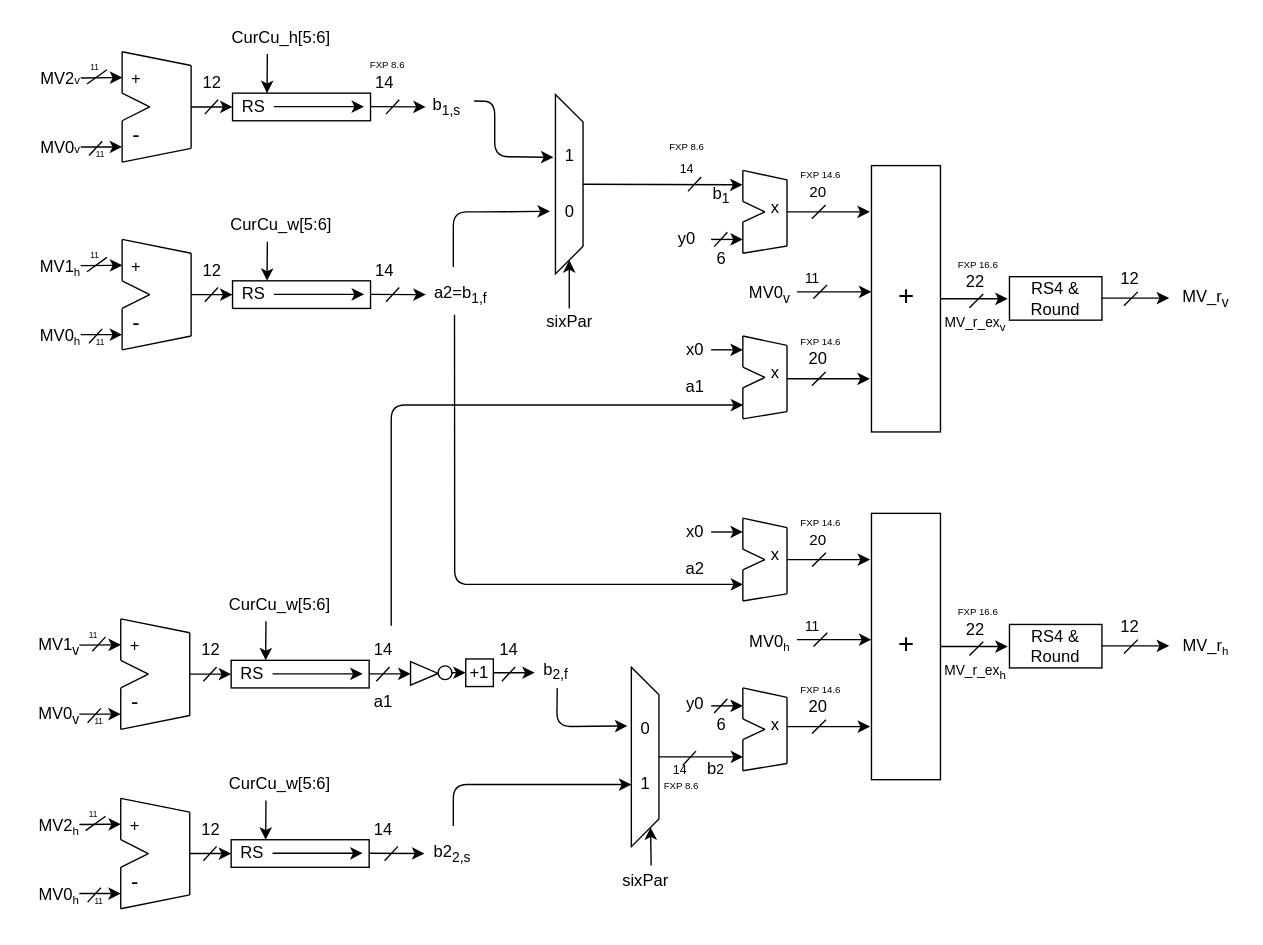
Above: page "Appr. AME - MV_r Calculation and M.E." (6 of 9) of AME-block_diagram.drawio in CostantinoTaranto/AME_Block-Diagram (draw.io), before the change. Source tidied: cells renumbered, new cells numbered last; positions are measured from the earlier drawing's top-left corner, leaving out a move shared by most shapes. Both pictures are drawn from the tidied source at 138%, with x=0, y=0 at pixel (23, 23).
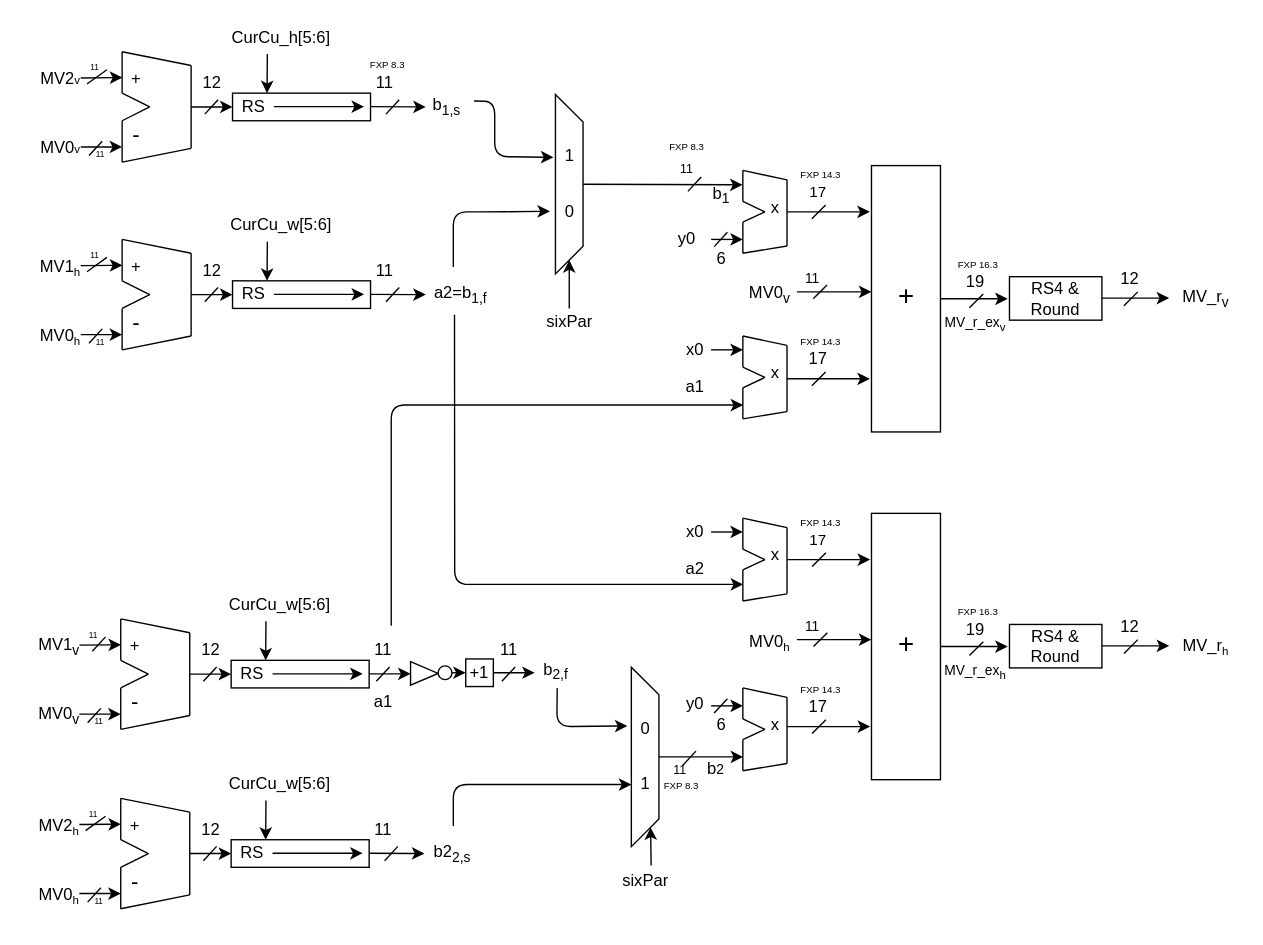
Above is the later version.

The edit, as a diff of the source:
```diff
@@
-    <mxCell id="28" value="14" style="text;html=1;align=center;verticalAlign=middle;" parent="1" vertex="1">
+    <mxCell id="28" value="11" style="text;html=1;align=center;verticalAlign=middle;" parent="1" vertex="1">
       <mxGeometry x="245" y="444" width="30" height="20" as="geometry" />
     </mxCell>
@@
-    <mxCell id="39" value="14" style="text;html=1;align=center;verticalAlign=middle;" parent="1" vertex="1">
+    <mxCell id="39" value="11" style="text;html=1;align=center;verticalAlign=middle;" parent="1" vertex="1">
       <mxGeometry x="336" y="444" width="30" height="20" as="geometry" />
     </mxCell>
@@
-    <mxCell id="67" value="14" style="text;html=1;align=center;verticalAlign=middle;" parent="1" vertex="1">
+    <mxCell id="67" value="11" style="text;html=1;align=center;verticalAlign=middle;" parent="1" vertex="1">
       <mxGeometry x="246" y="169" width="30" height="20" as="geometry" />
     </mxCell>
@@
-    <mxCell id="98" value="14" style="text;html=1;align=center;verticalAlign=middle;" parent="1" vertex="1">
+    <mxCell id="98" value="11" style="text;html=1;align=center;verticalAlign=middle;" parent="1" vertex="1">
       <mxGeometry x="246" y="33" width="30" height="20" as="geometry" />
     </mxCell>
@@
-    <mxCell id="100" value="&lt;span style=&quot;font-size: 7px&quot;&gt;FXP 8.6&amp;nbsp;&lt;/span&gt;" style="text;html=1;align=center;verticalAlign=middle;" parent="1" vertex="1">
+    <mxCell id="100" value="&lt;span style=&quot;font-size: 7px&quot;&gt;FXP 8.3&amp;nbsp;&lt;/span&gt;" style="text;html=1;align=center;verticalAlign=middle;" parent="1" vertex="1">
       <mxGeometry x="244" y="18" width="40" height="20" as="geometry" />
     </mxCell>
@@
-    <mxCell id="130" value="14" style="text;html=1;align=center;verticalAlign=middle;" parent="1" vertex="1">
+    <mxCell id="130" value="11" style="text;html=1;align=center;verticalAlign=middle;" parent="1" vertex="1">
       <mxGeometry x="245" y="574" width="30" height="20" as="geometry" />
     </mxCell>
@@
-    <mxCell id="152" value="&lt;font style=&quot;font-size: 9px&quot;&gt;14&lt;/font&gt;" style="text;html=1;align=center;verticalAlign=middle;" parent="1" vertex="1">
-      <mxGeometry x="464.8" y="94" width="30" height="20" as="geometry" />
+    <mxCell id="152" value="&lt;font style=&quot;font-size: 9px&quot;&gt;11&lt;/font&gt;" style="text;html=1;align=center;verticalAlign=middle;" parent="1" vertex="1">
+      <mxGeometry x="469.8" y="94" width="20" height="20" as="geometry" />
     </mxCell>
@@
-    <mxCell id="177" value="&lt;font style=&quot;font-size: 11px&quot;&gt;20&lt;/font&gt;" style="text;html=1;align=center;verticalAlign=middle;" parent="1" vertex="1">
+    <mxCell id="177" value="&lt;font style=&quot;font-size: 11px&quot;&gt;17&lt;/font&gt;" style="text;html=1;align=center;verticalAlign=middle;" parent="1" vertex="1">
       <mxGeometry x="559.8" y="112" width="30" height="20" as="geometry" />
     </mxCell>
-    <mxCell id="178" value="&lt;font style=&quot;font-size: 7px&quot;&gt;FXP 14.6&lt;br&gt;&lt;/font&gt;" style="text;html=1;align=center;verticalAlign=middle;" parent="1" vertex="1">
+    <mxCell id="178" value="&lt;font style=&quot;font-size: 7px&quot;&gt;FXP 14.3&lt;br&gt;&lt;/font&gt;" style="text;html=1;align=center;verticalAlign=middle;" parent="1" vertex="1">
       <mxGeometry x="556.8" y="98" width="40" height="20" as="geometry" />
     </mxCell>
@@
-    <mxCell id="182" value="20" style="text;html=1;align=center;verticalAlign=middle;" parent="1" vertex="1">
+    <mxCell id="182" value="17" style="text;html=1;align=center;verticalAlign=middle;" parent="1" vertex="1">
       <mxGeometry x="559.8" y="233" width="30" height="20" as="geometry" />
     </mxCell>
-    <mxCell id="183" value="&lt;font style=&quot;font-size: 7px&quot;&gt;FXP 14.6&lt;br&gt;&lt;/font&gt;" style="text;html=1;align=center;verticalAlign=middle;" parent="1" vertex="1">
+    <mxCell id="183" value="&lt;font style=&quot;font-size: 7px&quot;&gt;FXP 14.3&lt;br&gt;&lt;/font&gt;" style="text;html=1;align=center;verticalAlign=middle;" parent="1" vertex="1">
       <mxGeometry x="556.8" y="219" width="40" height="20" as="geometry" />
     </mxCell>
@@
-    <mxCell id="186" value="&lt;font style=&quot;font-size: 7px&quot;&gt;FXP 8.6&lt;br&gt;&lt;/font&gt;" style="text;html=1;align=center;verticalAlign=middle;" parent="1" vertex="1">
+    <mxCell id="186" value="&lt;font style=&quot;font-size: 7px&quot;&gt;FXP 8.3&lt;br&gt;&lt;/font&gt;" style="text;html=1;align=center;verticalAlign=middle;" parent="1" vertex="1">
       <mxGeometry x="459.8" y="78" width="40" height="20" as="geometry" />
     </mxCell>
@@
-    <mxCell id="193" value="22" style="text;html=1;align=center;verticalAlign=middle;" parent="1" vertex="1">
+    <mxCell id="193" value="19" style="text;html=1;align=center;verticalAlign=middle;" parent="1" vertex="1">
       <mxGeometry x="674" y="176.5" width="30" height="20" as="geometry" />
     </mxCell>
-    <mxCell id="194" value="&lt;font style=&quot;font-size: 7px&quot;&gt;FXP 16.6&lt;br&gt;&lt;/font&gt;" style="text;html=1;align=center;verticalAlign=middle;" parent="1" vertex="1">
+    <mxCell id="194" value="&lt;font style=&quot;font-size: 7px&quot;&gt;FXP 16.3&lt;br&gt;&lt;/font&gt;" style="text;html=1;align=center;verticalAlign=middle;" parent="1" vertex="1">
       <mxGeometry x="671" y="162.5" width="40" height="20" as="geometry" />
     </mxCell>
@@
-    <mxCell id="213" value="&lt;font style=&quot;font-size: 9px&quot;&gt;14&lt;/font&gt;" style="text;html=1;align=center;verticalAlign=middle;" parent="1" vertex="1">
-      <mxGeometry x="459.8" y="530" width="30" height="20" as="geometry" />
+    <mxCell id="213" value="&lt;font style=&quot;font-size: 9px&quot;&gt;11&lt;/font&gt;" style="text;html=1;align=center;verticalAlign=middle;" parent="1" vertex="1">
+      <mxGeometry x="464.8" y="530" width="20" height="20" as="geometry" />
     </mxCell>
@@
-    <mxCell id="215" value="&lt;font style=&quot;font-size: 7px&quot;&gt;FXP 8.6&lt;br&gt;&lt;/font&gt;" style="text;html=1;align=center;verticalAlign=middle;" parent="1" vertex="1">
+    <mxCell id="215" value="&lt;font style=&quot;font-size: 7px&quot;&gt;FXP 8.3&lt;br&gt;&lt;/font&gt;" style="text;html=1;align=center;verticalAlign=middle;" parent="1" vertex="1">
       <mxGeometry x="456" y="541" width="40" height="20" as="geometry" />
     </mxCell>
@@
-    <mxCell id="237" value="&lt;font style=&quot;font-size: 11px&quot;&gt;20&lt;/font&gt;" style="text;html=1;align=center;verticalAlign=middle;" parent="1" vertex="1">
+    <mxCell id="237" value="&lt;font style=&quot;font-size: 11px&quot;&gt;17&lt;/font&gt;" style="text;html=1;align=center;verticalAlign=middle;" parent="1" vertex="1">
       <mxGeometry x="560" y="364" width="30" height="20" as="geometry" />
     </mxCell>
-    <mxCell id="238" value="&lt;font style=&quot;font-size: 7px&quot;&gt;FXP 14.6&lt;br&gt;&lt;/font&gt;" style="text;html=1;align=center;verticalAlign=middle;" parent="1" vertex="1">
+    <mxCell id="238" value="&lt;font style=&quot;font-size: 7px&quot;&gt;FXP 14.3&lt;br&gt;&lt;/font&gt;" style="text;html=1;align=center;verticalAlign=middle;" parent="1" vertex="1">
       <mxGeometry x="557" y="350" width="40" height="20" as="geometry" />
     </mxCell>
@@
-    <mxCell id="241" value="20" style="text;html=1;align=center;verticalAlign=middle;" parent="1" vertex="1">
+    <mxCell id="241" value="17" style="text;html=1;align=center;verticalAlign=middle;" parent="1" vertex="1">
       <mxGeometry x="560" y="485" width="30" height="20" as="geometry" />
     </mxCell>
-    <mxCell id="242" value="&lt;font style=&quot;font-size: 7px&quot;&gt;FXP 14.6&lt;br&gt;&lt;/font&gt;" style="text;html=1;align=center;verticalAlign=middle;" parent="1" vertex="1">
+    <mxCell id="242" value="&lt;font style=&quot;font-size: 7px&quot;&gt;FXP 14.3&lt;br&gt;&lt;/font&gt;" style="text;html=1;align=center;verticalAlign=middle;" parent="1" vertex="1">
       <mxGeometry x="557" y="471" width="40" height="20" as="geometry" />
     </mxCell>
@@
-    <mxCell id="249" value="22" style="text;html=1;align=center;verticalAlign=middle;" parent="1" vertex="1">
+    <mxCell id="249" value="19" style="text;html=1;align=center;verticalAlign=middle;" parent="1" vertex="1">
       <mxGeometry x="674" y="428.5" width="30" height="20" as="geometry" />
     </mxCell>
-    <mxCell id="250" value="&lt;font style=&quot;font-size: 7px&quot;&gt;FXP 16.6&lt;br&gt;&lt;/font&gt;" style="text;html=1;align=center;verticalAlign=middle;" parent="1" vertex="1">
+    <mxCell id="250" value="&lt;font style=&quot;font-size: 7px&quot;&gt;FXP 16.3&lt;br&gt;&lt;/font&gt;" style="text;html=1;align=center;verticalAlign=middle;" parent="1" vertex="1">
       <mxGeometry x="671" y="414.5" width="40" height="20" as="geometry" />
     </mxCell>
```
